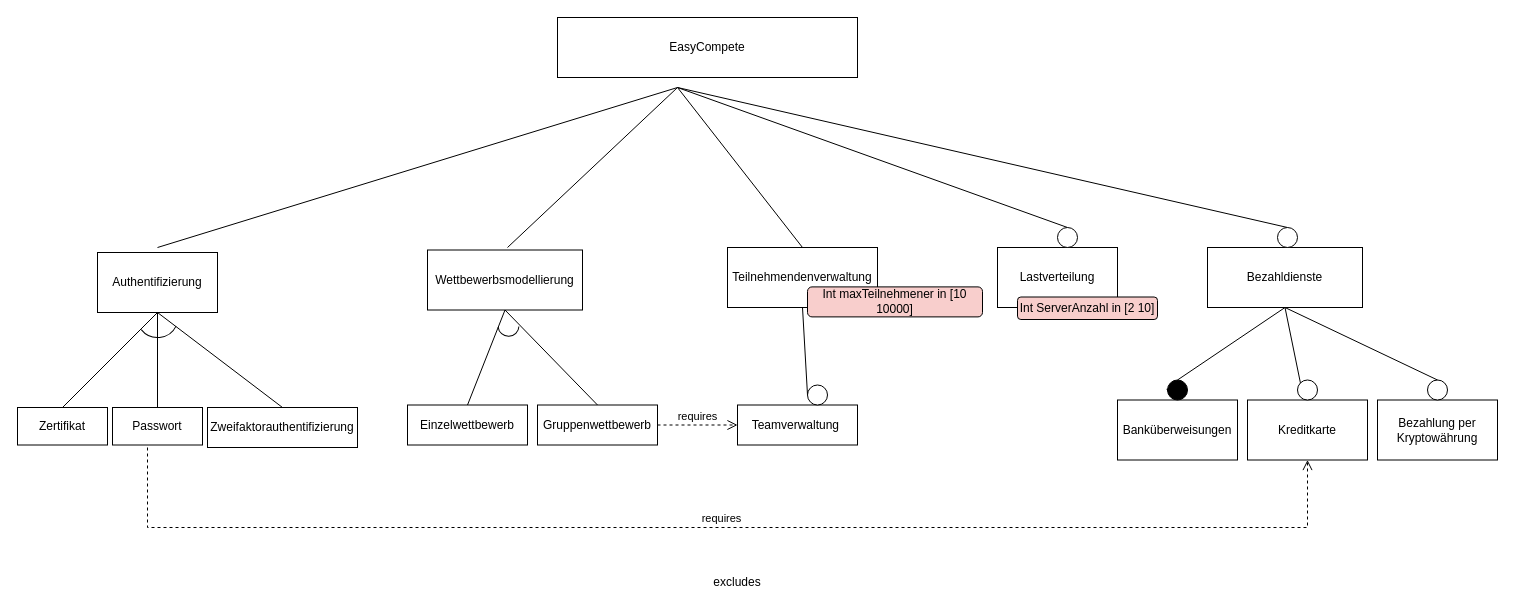
Before: se11.drawio in Hiba97/Software-Engineering, a draw.io diagram. Source tidied: cells renumbered, new cells numbered last; positions are measured from the earlier drawing's top-left corner, leaving out a move shared by most shapes. Both pictures are drawn from the tidied source at 100%, with x=0, y=0 at pixel (17, 17).
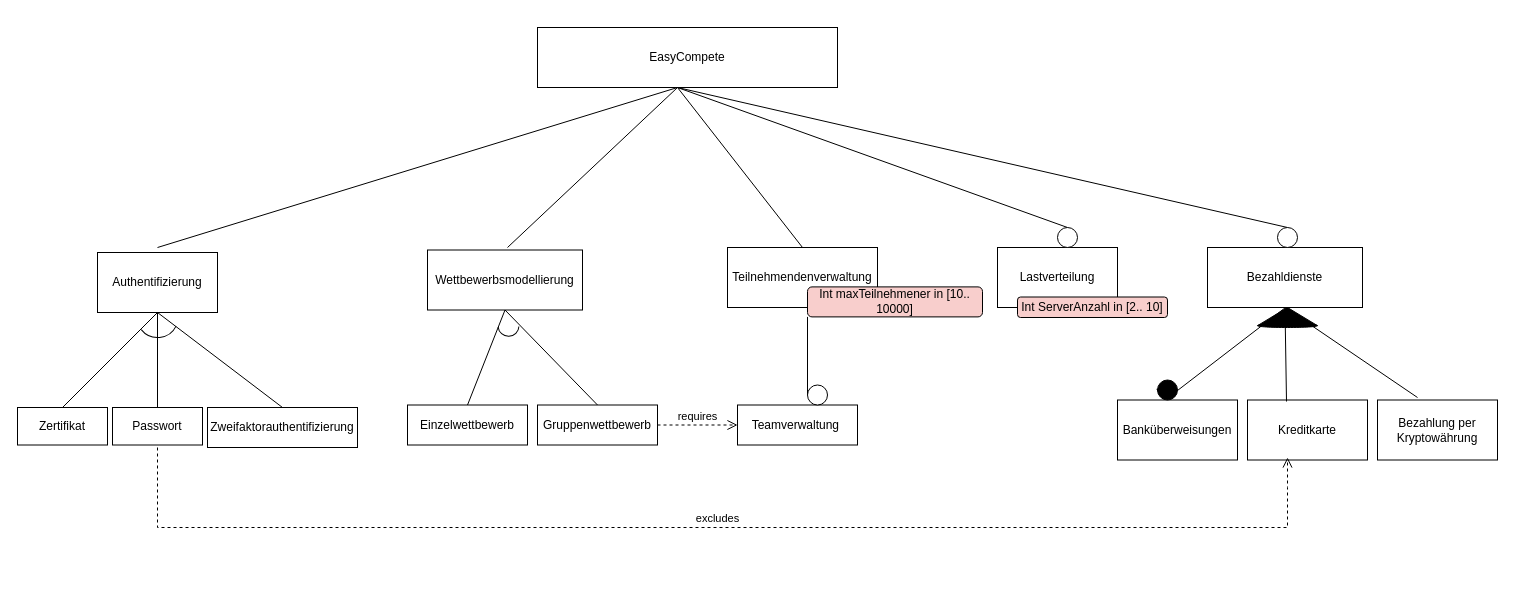
The same page after the edit.

Unchanged cells that the change refers to:
```xml
<mxCell id="3" value="Teilnehmendenverwaltung" style="rounded=0;whiteSpace=wrap;html=1;" parent="1" vertex="1">
  <mxGeometry x="710" y="230" width="150" height="60" as="geometry" />
</mxCell>
<mxCell id="5" value="Bezahldienste" style="rounded=0;whiteSpace=wrap;html=1;" parent="1" vertex="1">
  <mxGeometry x="1190" y="230" width="155" height="60" as="geometry" />
</mxCell>
<mxCell id="13" value="Kreditkarte&lt;br&gt;" style="rounded=0;whiteSpace=wrap;html=1;" parent="1" vertex="1">
  <mxGeometry x="1230" y="382.5" width="120" height="60" as="geometry" />
</mxCell>
<mxCell id="34" style="ellipse;whiteSpace=wrap;html=1;fillColor=#FFFFFF;" parent="1" vertex="1">
  <mxGeometry x="790" y="367.5" width="20" height="20" as="geometry" />
</mxCell>
```

Change to the diagram source:
```diff
@@
     <mxCell id="2" value="EasyCompete" style="rounded=0;whiteSpace=wrap;html=1;" parent="1" vertex="1">
-      <mxGeometry x="540" width="300" height="60" as="geometry" />
+      <mxGeometry x="520" y="10" width="300" height="60" as="geometry" />
     </mxCell>
@@
-    <mxCell id="8" value="Int maxTeilnehmener in [10 10000]" style="rounded=1;whiteSpace=wrap;html=1;fillColor=#F8CECC;" parent="1" vertex="1">
+    <mxCell id="8" value="Int maxTeilnehmener in [10.. 10000]" style="rounded=1;whiteSpace=wrap;html=1;fillColor=#F8CECC;" parent="1" vertex="1">
       <mxGeometry x="790" y="269.4" width="175" height="30" as="geometry" />
     </mxCell>
@@
-    <mxCell id="15" style="ellipse;whiteSpace=wrap;html=1;fillColor=#FFFFFF;" parent="1" vertex="1">
-      <mxGeometry x="1280" y="362.5" width="20" height="20" as="geometry" />
-    </mxCell>
@@
-    <mxCell id="19" value="excludes&lt;br&gt;" style="text;html=1;strokeColor=none;fillColor=none;align=center;verticalAlign=middle;whiteSpace=wrap;rounded=0;" parent="1" vertex="1">
-      <mxGeometry x="690" y="550" width="60" height="30" as="geometry" />
-    </mxCell>
-    <mxCell id="20" style="ellipse;whiteSpace=wrap;html=1;fillColor=#FFFFFF;" parent="1" vertex="1">
-      <mxGeometry x="1410" y="362.5" width="20" height="20" as="geometry" />
-    </mxCell>
@@
-    <mxCell id="31" style="endArrow=none;html=1;rounded=0;entryX=0.5;entryY=1;entryDx=0;entryDy=0;exitX=0;exitY=0.5;exitDx=0;exitDy=0;" parent="1" edge="1" source="34" target="3">
+    <mxCell id="31" style="endArrow=none;html=1;rounded=0;entryX=0;entryY=1;entryDx=0;entryDy=0;exitX=0;exitY=0.5;exitDx=0;exitDy=0;" parent="1" edge="1" source="34" target="8">
       <mxGeometry relative="1" as="geometry" />
     </mxCell>
@@
     <mxCell id="38" style="ellipse;whiteSpace=wrap;html=1;fillColor=#000000;" parent="1" vertex="1">
-      <mxGeometry x="1150" y="362.5" width="20" height="20" as="geometry" />
+      <mxGeometry x="1140" y="362.5" width="20" height="20" as="geometry" />
     </mxCell>
-    <mxCell id="39" value="requires" style="html=1;verticalAlign=bottom;endArrow=open;dashed=1;endSize=8;rounded=0;entryX=0.5;entryY=1;entryDx=0;entryDy=0;" parent="1" edge="1" target="13">
+    <mxCell id="39" value="excludes" style="html=1;verticalAlign=bottom;endArrow=open;dashed=1;endSize=8;rounded=0;" parent="1" edge="1">
       <mxGeometry relative="1" as="geometry">
-        <mxPoint x="130" y="430" as="sourcePoint" />
+        <mxPoint x="140" y="430" as="sourcePoint" />
+        <mxPoint x="1270" y="440" as="targetPoint" />
         <Array as="points">
-          <mxPoint x="130" y="510" />
-          <mxPoint x="1290" y="510" />
+          <mxPoint x="140" y="510" />
+          <mxPoint x="1270" y="510" />
+          <mxPoint x="1270" y="470" />
         </Array>
       </mxGeometry>
     </mxCell>
@@
-    <mxCell id="41" style="endArrow=none;html=1;rounded=0;exitX=0.5;exitY=0;exitDx=0;exitDy=0;entryX=0.5;entryY=1;entryDx=0;entryDy=0;" parent="1" edge="1" source="38" target="5">
-      <mxGeometry relative="1" as="geometry" />
+    <mxCell id="41" style="endArrow=none;html=1;rounded=0;" parent="1" edge="1">
+      <mxGeometry relative="1" as="geometry">
+        <mxPoint x="1160" y="373" as="sourcePoint" />
+        <mxPoint x="1268" y="290" as="targetPoint" />
+      </mxGeometry>
     </mxCell>
-    <mxCell id="42" style="endArrow=none;html=1;rounded=0;entryX=0.5;entryY=1;entryDx=0;entryDy=0;exitX=0;exitY=0;exitDx=0;exitDy=0;" parent="1" edge="1" source="15" target="5">
-      <mxGeometry relative="1" as="geometry" />
-    </mxCell>
-    <mxCell id="43" style="endArrow=none;html=1;rounded=0;exitX=0.5;exitY=0;exitDx=0;exitDy=0;entryX=0.5;entryY=1;entryDx=0;entryDy=0;" parent="1" edge="1" source="20" target="5">
-      <mxGeometry relative="1" as="geometry" />
+    <mxCell id="43" style="endArrow=none;html=1;rounded=0;entryX=0.5;entryY=1;entryDx=0;entryDy=0;startArrow=none;" parent="1" edge="1" target="5">
+      <mxGeometry relative="1" as="geometry">
+        <mxPoint x="1400" y="380" as="sourcePoint" />
+      </mxGeometry>
     </mxCell>
-    <mxCell id="44" value="Int ServerAnzahl in [2 10]" style="rounded=1;whiteSpace=wrap;html=1;fillColor=#F8CECC;" parent="1" vertex="1">
-      <mxGeometry x="1000" y="279.5" width="140" height="22.5" as="geometry" />
+    <mxCell id="44" value="Int ServerAnzahl in [2.. 10]" style="rounded=1;whiteSpace=wrap;html=1;fillColor=#F8CECC;" parent="1" vertex="1">
+      <mxGeometry x="1000" y="279.5" width="150" height="20.5" as="geometry" />
     </mxCell>
+    <mxCell id="45" style="endArrow=none;html=1;rounded=0;entryX=0.5;entryY=1;entryDx=0;entryDy=0;exitX=0.325;exitY=0.025;exitDx=0;exitDy=0;exitPerimeter=0;" parent="1" edge="1" source="13">
+      <mxGeometry relative="1" as="geometry">
+        <mxPoint x="1267.5" y="290" as="targetPoint" />
+      </mxGeometry>
+    </mxCell>
+    <mxCell id="46" style="edgeStyle=orthogonalEdgeStyle;rounded=0;orthogonalLoop=1;jettySize=auto;html=1;" parent="1" edge="1">
+      <mxGeometry relative="1" as="geometry" />
+    </mxCell>
+    <mxCell id="47" style="verticalLabelPosition=bottom;verticalAlign=top;html=1;shape=mxgraph.basic.cone;fillColor=#000000;" parent="1" vertex="1">
+      <mxGeometry x="1240" y="290" width="60" height="20" as="geometry" />
+    </mxCell>
```
